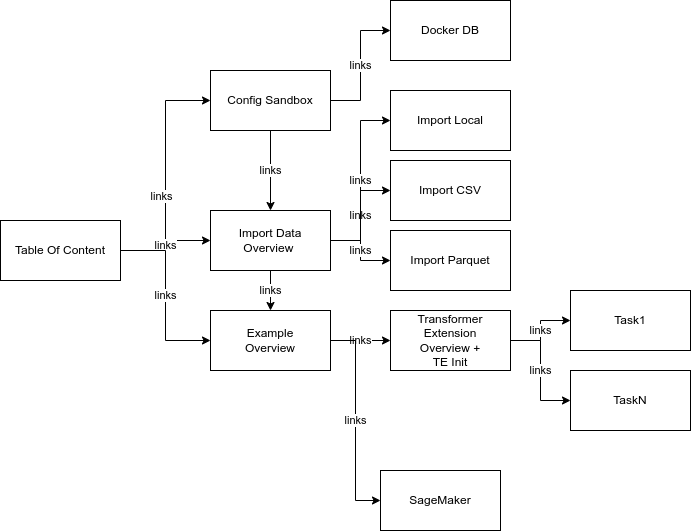
Above: doc/design/notebook_structure.drawio.png in exasol/ai-lab (draw.io), before the change. Source tidied: cells renumbered, new cells last; positions are measured from the earlier drawing's top-left corner, leaving out a move shared by most shapes.
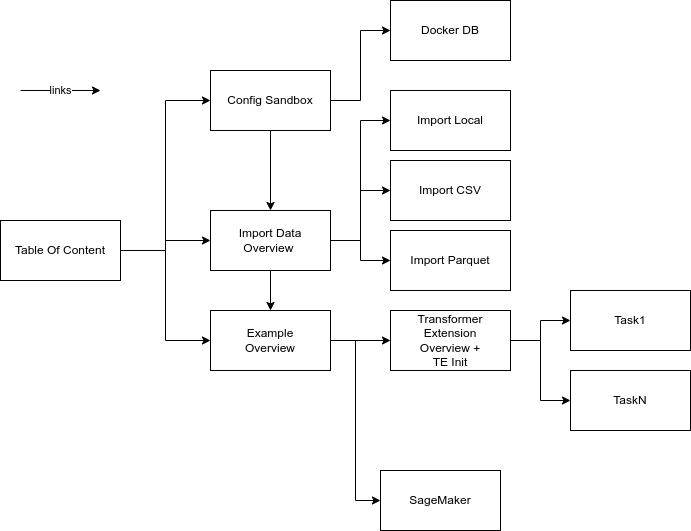
The same file after the commit.

Diff of the diagram source:
```diff
@@ -5,48 +5,47 @@
     <mxCell id="2" style="edgeStyle=orthogonalEdgeStyle;rounded=0;jettySize=auto;html=1;entryX=0;entryY=0.5;entryDx=0;entryDy=0;" parent="1" edge="1" source="6" target="9">
       <mxGeometry relative="1" as="geometry" />
     </mxCell>
-    <mxCell id="3" value="links" style="edgeLabel;html=1;align=center;verticalAlign=middle;" parent="2" vertex="1">
-      <mxGeometry x="-0.17" y="5" relative="1" as="geometry" />
-    </mxCell>
-    <mxCell id="4" value="links" style="edgeStyle=orthogonalEdgeStyle;rounded=0;jettySize=auto;html=1;entryX=0;entryY=0.5;entryDx=0;entryDy=0;" parent="1" edge="1" source="6" target="14">
-      <mxGeometry relative="1" as="geometry" />
+    <mxCell id="4" style="edgeStyle=orthogonalEdgeStyle;rounded=0;jettySize=auto;html=1;entryX=0;entryY=0.5;entryDx=0;entryDy=0;" parent="1" edge="1" source="6" target="14">
+      <mxGeometry x="0.1" y="52" relative="1" as="geometry">
+        <mxPoint x="-15" y="2" as="offset" />
+      </mxGeometry>
     </mxCell>
-    <mxCell id="5" value="links" style="edgeStyle=orthogonalEdgeStyle;rounded=0;jettySize=auto;html=1;entryX=0;entryY=0.5;entryDx=0;entryDy=0;" parent="1" edge="1" source="6" target="23">
+    <mxCell id="5" style="edgeStyle=orthogonalEdgeStyle;rounded=0;jettySize=auto;html=1;entryX=0;entryY=0.5;entryDx=0;entryDy=0;" parent="1" edge="1" source="6" target="23">
       <mxGeometry relative="1" as="geometry" />
     </mxCell>
     <mxCell id="6" value="Table Of Content" style="rounded=0;whiteSpace=wrap;html=1;" parent="1" vertex="1">
       <mxGeometry y="220" width="120" height="60" as="geometry" />
     </mxCell>
-    <mxCell id="7" value="links" style="edgeStyle=orthogonalEdgeStyle;rounded=0;jettySize=auto;html=1;entryX=0.5;entryY=0;entryDx=0;entryDy=0;" parent="1" edge="1" source="9" target="14">
+    <mxCell id="7" style="edgeStyle=orthogonalEdgeStyle;rounded=0;jettySize=auto;html=1;entryX=0.5;entryY=0;entryDx=0;entryDy=0;" parent="1" edge="1" source="9" target="14">
       <mxGeometry relative="1" as="geometry" />
     </mxCell>
-    <mxCell id="8" value="links" style="edgeStyle=orthogonalEdgeStyle;rounded=0;jettySize=auto;html=1;entryX=0;entryY=0.5;entryDx=0;entryDy=0;" parent="1" edge="1" source="9" target="27">
+    <mxCell id="8" style="edgeStyle=orthogonalEdgeStyle;rounded=0;jettySize=auto;html=1;entryX=0;entryY=0.5;entryDx=0;entryDy=0;" parent="1" edge="1" source="9" target="27">
       <mxGeometry relative="1" as="geometry" />
     </mxCell>
     <mxCell id="9" value="Config Sandbox" style="rounded=0;whiteSpace=wrap;html=1;" parent="1" vertex="1">
       <mxGeometry x="210" y="70" width="120" height="60" as="geometry" />
     </mxCell>
-    <mxCell id="10" value="links" style="edgeStyle=orthogonalEdgeStyle;rounded=0;jettySize=auto;html=1;entryX=0.5;entryY=0;entryDx=0;entryDy=0;" parent="1" edge="1" source="14" target="23">
+    <mxCell id="10" style="edgeStyle=orthogonalEdgeStyle;rounded=0;jettySize=auto;html=1;entryX=0.5;entryY=0;entryDx=0;entryDy=0;" parent="1" edge="1" source="14" target="23">
       <mxGeometry relative="1" as="geometry" />
     </mxCell>
-    <mxCell id="11" value="links" style="edgeStyle=orthogonalEdgeStyle;rounded=0;jettySize=auto;html=1;entryX=0;entryY=0.5;entryDx=0;entryDy=0;" parent="1" edge="1" source="14" target="24">
+    <mxCell id="11" style="edgeStyle=orthogonalEdgeStyle;rounded=0;jettySize=auto;html=1;entryX=0;entryY=0.5;entryDx=0;entryDy=0;" parent="1" edge="1" source="14" target="24">
       <mxGeometry relative="1" as="geometry" />
     </mxCell>
-    <mxCell id="12" value="links" style="edgeStyle=orthogonalEdgeStyle;rounded=0;jettySize=auto;html=1;entryX=0;entryY=0.5;entryDx=0;entryDy=0;" parent="1" edge="1" source="14" target="25">
+    <mxCell id="12" style="edgeStyle=orthogonalEdgeStyle;rounded=0;jettySize=auto;html=1;entryX=0;entryY=0.5;entryDx=0;entryDy=0;" parent="1" edge="1" source="14" target="25">
       <mxGeometry relative="1" as="geometry" />
     </mxCell>
-    <mxCell id="13" value="links" style="edgeStyle=orthogonalEdgeStyle;rounded=0;jettySize=auto;html=1;entryX=0;entryY=0.5;entryDx=0;entryDy=0;" parent="1" edge="1" source="14" target="26">
+    <mxCell id="13" style="edgeStyle=orthogonalEdgeStyle;rounded=0;jettySize=auto;html=1;entryX=0;entryY=0.5;entryDx=0;entryDy=0;" parent="1" edge="1" source="14" target="26">
       <mxGeometry relative="1" as="geometry" />
     </mxCell>
     <mxCell id="14" value="Import Data Overview&amp;nbsp;" style="rounded=0;whiteSpace=wrap;html=1;" parent="1" vertex="1">
       <mxGeometry x="210" y="210" width="120" height="60" as="geometry" />
     </mxCell>
+    <mxCell id="16" style="edgeStyle=orthogonalEdgeStyle;rounded=0;jettySize=auto;html=1;entryX=0;entryY=0.5;entryDx=0;entryDy=0;" parent="1" edge="1" source="17" target="19">
+      <mxGeometry relative="1" as="geometry" />
+    </mxCell>
-    <mxCell id="15" value="links" style="edgeStyle=orthogonalEdgeStyle;rounded=0;jettySize=auto;html=1;entryX=0;entryY=0.5;entryDx=0;entryDy=0;" parent="1" edge="1" source="17" target="18">
+    <mxCell id="15" style="edgeStyle=orthogonalEdgeStyle;rounded=0;jettySize=auto;html=1;entryX=0;entryY=0.5;entryDx=0;entryDy=0;" parent="1" edge="1" source="17" target="18">
       <mxGeometry relative="1" as="geometry" />
     </mxCell>
-    <mxCell id="16" value="links" style="edgeStyle=orthogonalEdgeStyle;rounded=0;jettySize=auto;html=1;entryX=0;entryY=0.5;entryDx=0;entryDy=0;" parent="1" edge="1" source="17" target="19">
-      <mxGeometry relative="1" as="geometry" />
-    </mxCell>
     <mxCell id="17" value="Transformer Extension&lt;br&gt;Overview +&lt;br&gt;TE Init" style="rounded=0;whiteSpace=wrap;html=1;" parent="1" vertex="1">
       <mxGeometry x="390" y="310" width="120" height="60" as="geometry" />
     </mxCell>
@@ -59,12 +58,12 @@
     <mxCell id="20" value="SageMaker" style="rounded=0;whiteSpace=wrap;html=1;" parent="1" vertex="1">
       <mxGeometry x="380" y="470" width="120" height="60" as="geometry" />
     </mxCell>
+    <mxCell id="22" style="edgeStyle=orthogonalEdgeStyle;rounded=0;jettySize=auto;html=1;entryX=0;entryY=0.5;entryDx=0;entryDy=0;" parent="1" edge="1" source="23" target="20">
+      <mxGeometry relative="1" as="geometry" />
+    </mxCell>
-    <mxCell id="21" value="links" style="edgeStyle=orthogonalEdgeStyle;rounded=0;jettySize=auto;html=1;entryX=0;entryY=0.5;entryDx=0;entryDy=0;" parent="1" edge="1" source="23" target="17">
+    <mxCell id="21" style="edgeStyle=orthogonalEdgeStyle;rounded=0;jettySize=auto;html=1;entryX=0;entryY=0.5;entryDx=0;entryDy=0;" parent="1" edge="1" source="23" target="17">
       <mxGeometry relative="1" as="geometry" />
     </mxCell>
-    <mxCell id="22" value="links" style="edgeStyle=orthogonalEdgeStyle;rounded=0;jettySize=auto;html=1;entryX=0;entryY=0.5;entryDx=0;entryDy=0;" parent="1" edge="1" source="23" target="20">
-      <mxGeometry relative="1" as="geometry" />
-    </mxCell>
     <mxCell id="23" value="Example&lt;br&gt;Overview" style="rounded=0;whiteSpace=wrap;html=1;" parent="1" vertex="1">
       <mxGeometry x="210" y="310" width="120" height="60" as="geometry" />
     </mxCell>
@@ -80,5 +79,11 @@
     <mxCell id="27" value="Docker DB" style="rounded=0;whiteSpace=wrap;html=1;" parent="1" vertex="1">
       <mxGeometry x="390" width="120" height="60" as="geometry" />
     </mxCell>
+    <mxCell id="28" value="links" style="endArrow=classic;html=1;rounded=0;" parent="1" edge="1">
+      <mxGeometry relative="1" as="geometry">
+        <mxPoint x="20" y="90" as="sourcePoint" />
+        <mxPoint x="100" y="90" as="targetPoint" />
+      </mxGeometry>
+    </mxCell>
   </root>
 </mxGraphModel>
```
